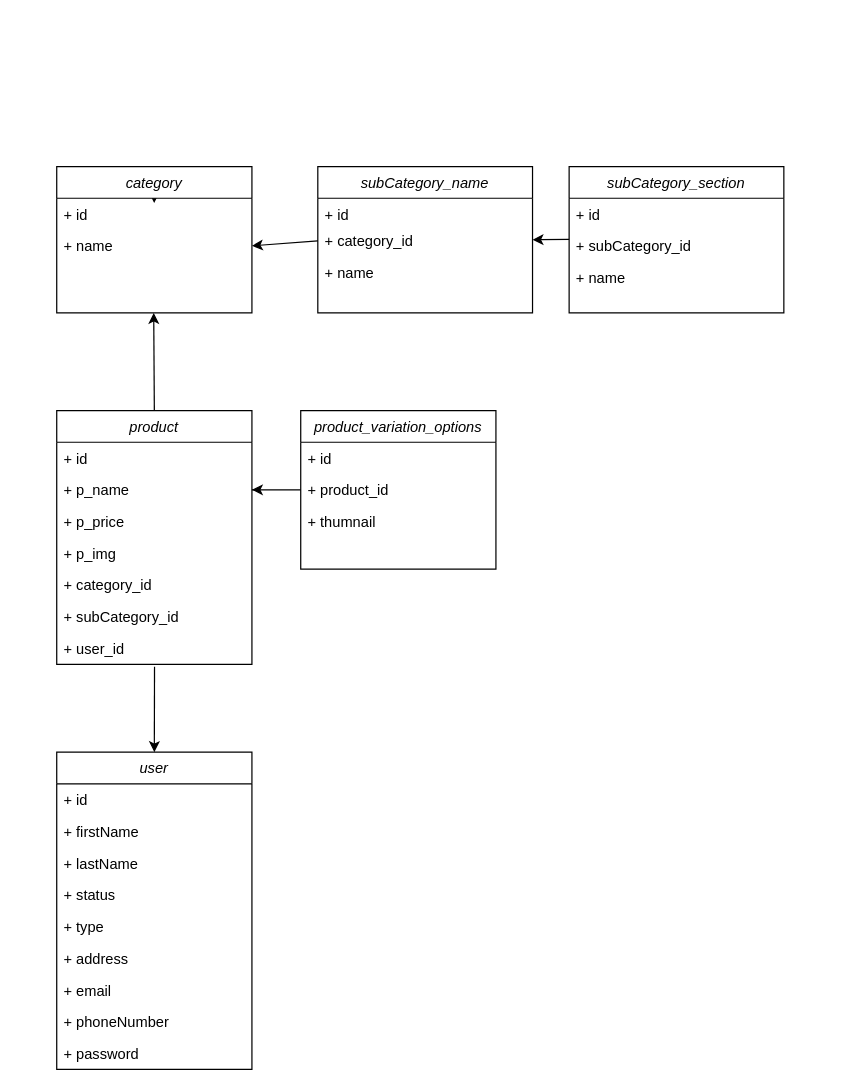
Before: Untitled Diagram.drawio in tuantransn2001/lenleys_fullstack, a draw.io diagram. Source tidied: cells renumbered, new cells numbered last; positions are measured from the earlier drawing's top-left corner, leaving out a move shared by most shapes. Both pictures are drawn from the tidied source at 122%, with x=0, y=0 at pixel (56, 166).
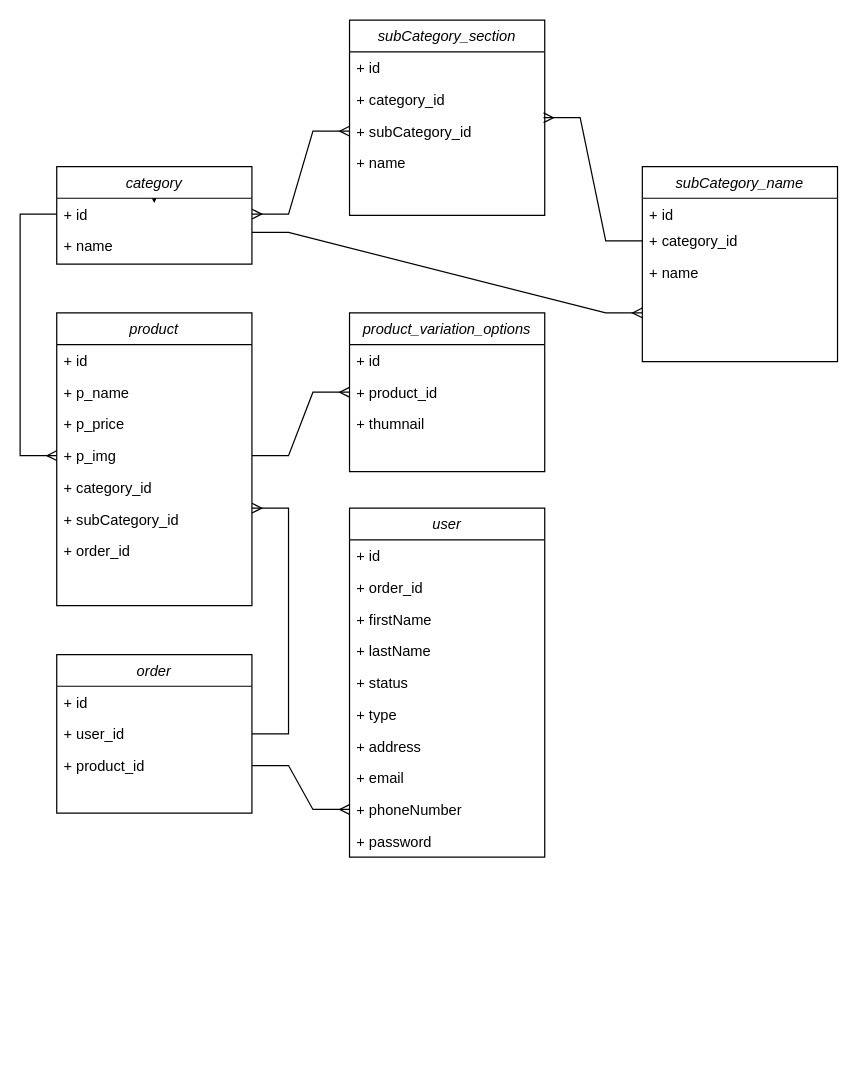
The same page after the edit.

Unchanged cells that the change refers to:
```xml
<mxCell id="4" value="+ p_name" style="text;align=left;verticalAlign=top;spacingLeft=4;spacingRight=4;overflow=hidden;points=[[0,0.5],[1,0.5]];portConstraint=eastwest;rounded=0;shadow=0;html=0;" parent="2" vertex="1">
  <mxGeometry y="52" width="160" height="26" as="geometry" />
</mxCell>
<mxCell id="6" value="+ p_img" style="text;align=left;verticalAlign=top;spacingLeft=4;spacingRight=4;overflow=hidden;points=[[0,0.5],[1,0.5]];portConstraint=eastwest;rounded=0;shadow=0;html=0;" parent="2" vertex="1">
  <mxGeometry y="104" width="160" height="26" as="geometry" />
</mxCell>
<mxCell id="8" value="+ subCategory_id" style="text;align=left;verticalAlign=top;spacingLeft=4;spacingRight=4;overflow=hidden;points=[[0,0.5],[1,0.5]];portConstraint=eastwest;" parent="2" vertex="1">
  <mxGeometry y="156" width="160" height="26" as="geometry" />
</mxCell>
<mxCell id="12" value="+ product_id" style="text;align=left;verticalAlign=top;spacingLeft=4;spacingRight=4;overflow=hidden;points=[[0,0.5],[1,0.5]];portConstraint=eastwest;rounded=0;shadow=0;html=0;" parent="10" vertex="1">
  <mxGeometry y="52" width="160" height="26" as="geometry" />
</mxCell>
<mxCell id="27" value="+ id" style="text;align=left;verticalAlign=top;spacingLeft=4;spacingRight=4;overflow=hidden;points=[[0,0.5],[1,0.5]];portConstraint=eastwest;" parent="26" vertex="1">
  <mxGeometry y="26" width="160" height="26" as="geometry" />
</mxCell>
<mxCell id="28" value="+ name" style="text;align=left;verticalAlign=top;spacingLeft=4;spacingRight=4;overflow=hidden;points=[[0,0.5],[1,0.5]];portConstraint=eastwest;rounded=0;shadow=0;html=0;" parent="26" vertex="1">
  <mxGeometry y="52" width="160" height="26" as="geometry" />
</mxCell>
```

What changed in the source:
```diff
@@
     <mxCell id="2" value="product" style="swimlane;fontStyle=2;align=center;verticalAlign=top;horizontal=1;startSize=26;rounded=0;shadow=0;strokeWidth=1;" parent="1" vertex="1">
-      <mxGeometry y="200" width="160" height="208" as="geometry" />
+      <mxGeometry y="120" width="160" height="240" as="geometry" />
     </mxCell>
@@
-    <mxCell id="9" value="+ user_id" style="text;align=left;verticalAlign=top;spacingLeft=4;spacingRight=4;overflow=hidden;points=[[0,0.5],[1,0.5]];portConstraint=eastwest;" parent="2" vertex="1">
-      <mxGeometry y="182" width="160" height="26" as="geometry" />
+    <mxCell id="9" value="+ order_id" style="text;align=left;verticalAlign=top;spacingLeft=4;spacingRight=4;overflow=hidden;points=[[0,0.5],[1,0.5]];portConstraint=eastwest;" parent="2" vertex="1">
+      <mxGeometry y="182" width="160" height="18" as="geometry" />
     </mxCell>
     <mxCell id="10" value="product_variation_options" style="swimlane;fontStyle=2;align=center;verticalAlign=top;horizontal=1;startSize=26;rounded=0;shadow=0;strokeWidth=1;" parent="1" vertex="1">
-      <mxGeometry x="200" y="200" width="160" height="130" as="geometry" />
+      <mxGeometry x="240" y="120" width="160" height="130" as="geometry" />
     </mxCell>
@@
     <mxCell id="14" value="user" style="swimlane;fontStyle=2;align=center;verticalAlign=top;horizontal=1;startSize=26;rounded=0;shadow=0;strokeWidth=1;" parent="1" vertex="1">
-      <mxGeometry y="480" width="160" height="260" as="geometry" />
+      <mxGeometry x="240" y="280" width="160" height="286" as="geometry" />
     </mxCell>
@@
+    <mxCell id="41" value="+ order_id" style="text;align=left;verticalAlign=top;spacingLeft=4;spacingRight=4;overflow=hidden;" parent="14" vertex="1">
+      <mxGeometry y="52" width="160" height="26" as="geometry" />
+    </mxCell>
     <mxCell id="16" value="+ firstName" style="text;align=left;verticalAlign=top;spacingLeft=4;spacingRight=4;overflow=hidden;" parent="14" vertex="1">
-      <mxGeometry y="52" width="160" height="26" as="geometry" />
+      <mxGeometry y="78" width="160" height="26" as="geometry" />
     </mxCell>
     <mxCell id="17" value="+ lastName" style="text;align=left;verticalAlign=top;spacingLeft=4;spacingRight=4;overflow=hidden;" parent="14" vertex="1">
-      <mxGeometry y="78" width="160" height="26" as="geometry" />
+      <mxGeometry y="104" width="160" height="26" as="geometry" />
     </mxCell>
     <mxCell id="18" value="+ status" style="text;align=left;verticalAlign=top;spacingLeft=4;spacingRight=4;overflow=hidden;rounded=0;shadow=0;html=0;" parent="14" vertex="1">
-      <mxGeometry y="104" width="160" height="26" as="geometry" />
+      <mxGeometry y="130" width="160" height="26" as="geometry" />
     </mxCell>
     <mxCell id="19" value="+ type" style="text;align=left;verticalAlign=top;spacingLeft=4;spacingRight=4;overflow=hidden;" parent="14" vertex="1">
-      <mxGeometry y="130" width="160" height="26" as="geometry" />
+      <mxGeometry y="156" width="160" height="26" as="geometry" />
     </mxCell>
     <mxCell id="20" value="+ address&#10;" style="text;align=left;verticalAlign=top;spacingLeft=4;spacingRight=4;overflow=hidden;rounded=0;shadow=0;html=0;" parent="14" vertex="1">
-      <mxGeometry y="156" width="160" height="26" as="geometry" />
+      <mxGeometry y="182" width="160" height="26" as="geometry" />
     </mxCell>
     <mxCell id="21" value="+ email&#10;" style="text;align=left;verticalAlign=top;spacingLeft=4;spacingRight=4;overflow=hidden;rounded=0;shadow=0;html=0;" parent="14" vertex="1">
-      <mxGeometry y="182" width="160" height="26" as="geometry" />
+      <mxGeometry y="208" width="160" height="26" as="geometry" />
     </mxCell>
     <mxCell id="22" value="+ phoneNumber&#10;" style="text;align=left;verticalAlign=top;spacingLeft=4;spacingRight=4;overflow=hidden;points=[[0,0.5],[1,0.5]];portConstraint=eastwest;rounded=0;shadow=0;html=0;" parent="14" vertex="1">
-      <mxGeometry y="208" width="160" height="26" as="geometry" />
+      <mxGeometry y="234" width="160" height="26" as="geometry" />
     </mxCell>
     <mxCell id="23" value="+ password&#10;" style="text;align=left;verticalAlign=top;spacingLeft=4;spacingRight=4;overflow=hidden;rounded=0;shadow=0;html=0;" parent="14" vertex="1">
-      <mxGeometry y="234" width="160" height="26" as="geometry" />
+      <mxGeometry y="260" width="160" height="26" as="geometry" />
     </mxCell>
-    <mxCell id="24" style="edgeStyle=elbowEdgeStyle;elbow=vertical;endArrow=classic;html=1;rounded=0;exitX=1;exitY=0.5;exitDx=0;exitDy=0;" parent="1" edge="1" source="4">
-      <mxGeometry relative="1" as="geometry">
-        <mxPoint x="160" y="265" as="targetPoint" />
-        <Array as="points">
-          <mxPoint x="200" y="265" />
-        </Array>
-      </mxGeometry>
-    </mxCell>
@@
     <mxCell id="26" value="category" style="swimlane;fontStyle=2;align=center;verticalAlign=top;horizontal=1;startSize=26;rounded=0;shadow=0;strokeWidth=1;" parent="1" vertex="1">
-      <mxGeometry width="160" height="120" as="geometry" />
+      <mxGeometry width="160" height="80" as="geometry" />
     </mxCell>
@@
     <mxCell id="29" value="subCategory_name&#10;" style="swimlane;fontStyle=2;align=center;verticalAlign=top;horizontal=1;startSize=26;rounded=0;shadow=0;strokeWidth=1;" parent="1" vertex="1">
-      <mxGeometry x="214" width="176" height="120" as="geometry" />
+      <mxGeometry x="480" width="160" height="160" as="geometry" />
     </mxCell>
     <mxCell id="30" value="+ id" style="text;align=left;verticalAlign=top;spacingLeft=4;spacingRight=4;overflow=hidden;" parent="29" vertex="1">
-      <mxGeometry y="26" width="176" height="22" as="geometry" />
+      <mxGeometry y="26" width="160" height="22" as="geometry" />
     </mxCell>
     <mxCell id="31" value="+ category_id" style="text;align=left;verticalAlign=top;spacingLeft=4;spacingRight=4;overflow=hidden;points=[[0,0.5],[1,0.5]];portConstraint=eastwest;rounded=0;shadow=0;html=0;" parent="29" vertex="1">
-      <mxGeometry y="48" width="176" height="26" as="geometry" />
+      <mxGeometry y="48" width="160" height="26" as="geometry" />
     </mxCell>
     <mxCell id="32" value="+ name" style="text;align=left;verticalAlign=top;spacingLeft=4;spacingRight=4;overflow=hidden;rounded=0;shadow=0;html=0;" parent="29" vertex="1">
-      <mxGeometry y="74" width="176" height="26" as="geometry" />
+      <mxGeometry y="74" width="160" height="26" as="geometry" />
     </mxCell>
-    <mxCell id="33" style="endArrow=classic;html=1;rounded=0;exitX=0;exitY=0.5;exitDx=0;exitDy=0;entryX=1;entryY=0.5;entryDx=0;entryDy=0;" parent="1" edge="1" source="31" target="28">
-      <mxGeometry relative="1" as="geometry" />
-    </mxCell>
-    <mxCell id="34" style="endArrow=classic;html=1;rounded=0;" parent="1" edge="1">
-      <mxGeometry relative="1" as="geometry">
-        <mxPoint x="80" y="200" as="sourcePoint" />
-        <mxPoint x="79.5" y="120" as="targetPoint" />
-        <Array as="points">
-          <mxPoint x="79.5" y="120" />
-        </Array>
-      </mxGeometry>
-    </mxCell>
     <mxCell id="35" value="subCategory_section" style="swimlane;fontStyle=2;align=center;verticalAlign=top;horizontal=1;startSize=26;rounded=0;shadow=0;strokeWidth=1;" parent="1" vertex="1">
-      <mxGeometry x="420" width="176" height="120" as="geometry" />
+      <mxGeometry x="240" y="-120" width="160" height="160" as="geometry" />
     </mxCell>
     <mxCell id="36" value="+ id" style="text;align=left;verticalAlign=top;spacingLeft=4;spacingRight=4;overflow=hidden;" parent="35" vertex="1">
-      <mxGeometry y="26" width="176" height="26" as="geometry" />
+      <mxGeometry y="26" width="160" height="26" as="geometry" />
     </mxCell>
+    <mxCell id="42" value="+ category_id" style="text;align=left;verticalAlign=top;spacingLeft=4;spacingRight=4;overflow=hidden;points=[[0,0.5],[1,0.5]];portConstraint=eastwest;" parent="35" vertex="1">
+      <mxGeometry y="52" width="160" height="26" as="geometry" />
+    </mxCell>
     <mxCell id="37" value="+ subCategory_id" style="text;align=left;verticalAlign=top;spacingLeft=4;spacingRight=4;overflow=hidden;points=[[0,0.5],[1,0.5]];portConstraint=eastwest;rounded=0;shadow=0;html=0;" parent="35" vertex="1">
-      <mxGeometry y="52" width="176" height="26" as="geometry" />
+      <mxGeometry y="78" width="160" height="26" as="geometry" />
     </mxCell>
     <mxCell id="38" value="+ name&#10;" style="text;align=left;verticalAlign=top;spacingLeft=4;spacingRight=4;overflow=hidden;rounded=0;shadow=0;html=0;" parent="35" vertex="1">
-      <mxGeometry y="78" width="176" height="26" as="geometry" />
+      <mxGeometry y="104" width="160" height="56" as="geometry" />
     </mxCell>
-    <mxCell id="39" style="endArrow=classic;html=1;rounded=0;exitX=0;exitY=0.5;exitDx=0;exitDy=0;" parent="1" edge="1">
-      <mxGeometry relative="1" as="geometry">
-        <mxPoint x="420" y="59.7" as="sourcePoint" />
-        <mxPoint x="390" y="60" as="targetPoint" />
-      </mxGeometry>
-    </mxCell>
-    <mxCell id="40" style="endArrow=classic;html=1;rounded=0;exitX=0.501;exitY=1.077;exitDx=0;exitDy=0;exitPerimeter=0;entryX=0.5;entryY=0;entryDx=0;entryDy=0;" parent="1" edge="1" source="9" target="14">
-      <mxGeometry relative="1" as="geometry" />
-    </mxCell>
+    <mxCell id="43" style="edgeStyle=orthogonalEdgeStyle;fontSize=12;html=1;endArrow=ERmany;rounded=0;exitX=0;exitY=0.5;exitDx=0;exitDy=0;entryX=0;entryY=0.5;entryDx=0;entryDy=0;" parent="1" edge="1" source="27" target="6">
+      <mxGeometry relative="1" as="geometry">
+        <Array as="points">
+          <mxPoint x="-30" y="39" />
+          <mxPoint x="-30" y="237" />
+        </Array>
+      </mxGeometry>
+    </mxCell>
+    <mxCell id="44" style="edgeStyle=entityRelationEdgeStyle;fontSize=12;html=1;endArrow=ERmany;rounded=0;exitX=1;exitY=0.5;exitDx=0;exitDy=0;entryX=0;entryY=0.5;entryDx=0;entryDy=0;" parent="1" edge="1" source="6" target="12">
+      <mxGeometry relative="1" as="geometry" />
+    </mxCell>
+    <mxCell id="45" value="order" style="swimlane;fontStyle=2;align=center;verticalAlign=top;horizontal=1;startSize=26;rounded=0;shadow=0;strokeWidth=1;" parent="1" vertex="1">
+      <mxGeometry y="400" width="160" height="130" as="geometry" />
+    </mxCell>
+    <mxCell id="46" value="+ id" style="text;align=left;verticalAlign=top;spacingLeft=4;spacingRight=4;overflow=hidden;" parent="45" vertex="1">
+      <mxGeometry y="26" width="160" height="26" as="geometry" />
+    </mxCell>
+    <mxCell id="47" value="+ user_id" style="text;align=left;verticalAlign=top;spacingLeft=4;spacingRight=4;overflow=hidden;points=[[0,0.5],[1,0.5]];portConstraint=eastwest;rounded=0;shadow=0;html=0;" parent="45" vertex="1">
+      <mxGeometry y="52" width="160" height="26" as="geometry" />
+    </mxCell>
+    <mxCell id="48" value="+ product_id" style="text;align=left;verticalAlign=top;spacingLeft=4;spacingRight=4;overflow=hidden;points=[[0,0.5],[1,0.5]];portConstraint=eastwest;rounded=0;shadow=0;html=0;" parent="45" vertex="1">
+      <mxGeometry y="78" width="160" height="26" as="geometry" />
+    </mxCell>
+    <mxCell id="49" style="edgeStyle=entityRelationEdgeStyle;fontSize=12;html=1;endArrow=ERmany;rounded=0;exitX=1;exitY=0.5;exitDx=0;exitDy=0;entryX=1;entryY=0.154;entryDx=0;entryDy=0;entryPerimeter=0;" parent="1" edge="1" source="47" target="8">
+      <mxGeometry relative="1" as="geometry" />
+    </mxCell>
+    <mxCell id="50" style="edgeStyle=entityRelationEdgeStyle;fontSize=12;html=1;endArrow=ERmany;rounded=0;exitX=1;exitY=0.5;exitDx=0;exitDy=0;entryX=0;entryY=0.5;entryDx=0;entryDy=0;" parent="1" edge="1" source="48" target="22">
+      <mxGeometry relative="1" as="geometry" />
+    </mxCell>
+    <mxCell id="51" style="edgeStyle=entityRelationEdgeStyle;fontSize=12;html=1;endArrow=ERmany;rounded=0;exitX=1;exitY=0.077;exitDx=0;exitDy=0;exitPerimeter=0;entryX=0;entryY=0.75;entryDx=0;entryDy=0;" parent="1" edge="1" source="28" target="29">
+      <mxGeometry relative="1" as="geometry" />
+    </mxCell>
+    <mxCell id="52" style="edgeStyle=entityRelationEdgeStyle;fontSize=12;html=1;endArrow=ERmany;startArrow=ERmany;rounded=0;entryX=0;entryY=0.5;entryDx=0;entryDy=0;exitX=1;exitY=0.5;exitDx=0;exitDy=0;" parent="1" edge="1" source="27" target="37">
+      <mxGeometry relative="1" as="geometry" />
+    </mxCell>
+    <mxCell id="53" style="edgeStyle=entityRelationEdgeStyle;fontSize=12;html=1;endArrow=ERmany;rounded=0;exitX=0;exitY=0.5;exitDx=0;exitDy=0;entryX=0.994;entryY=1.077;entryDx=0;entryDy=0;entryPerimeter=0;" parent="1" edge="1" source="31" target="42">
+      <mxGeometry relative="1" as="geometry" />
+    </mxCell>
```
